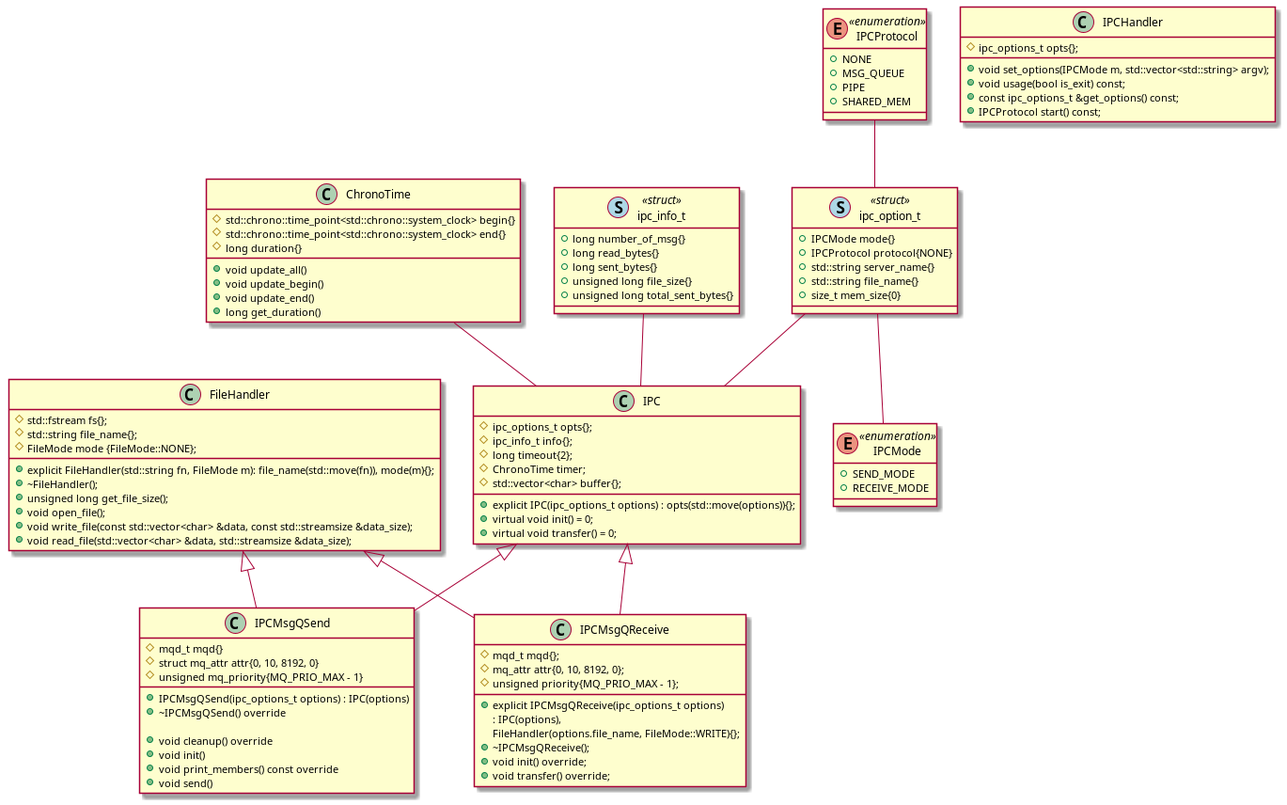
Above: uml/current_implementation.png in baovu-unikie/file_transfer_cpp (PlantUML), before the change.
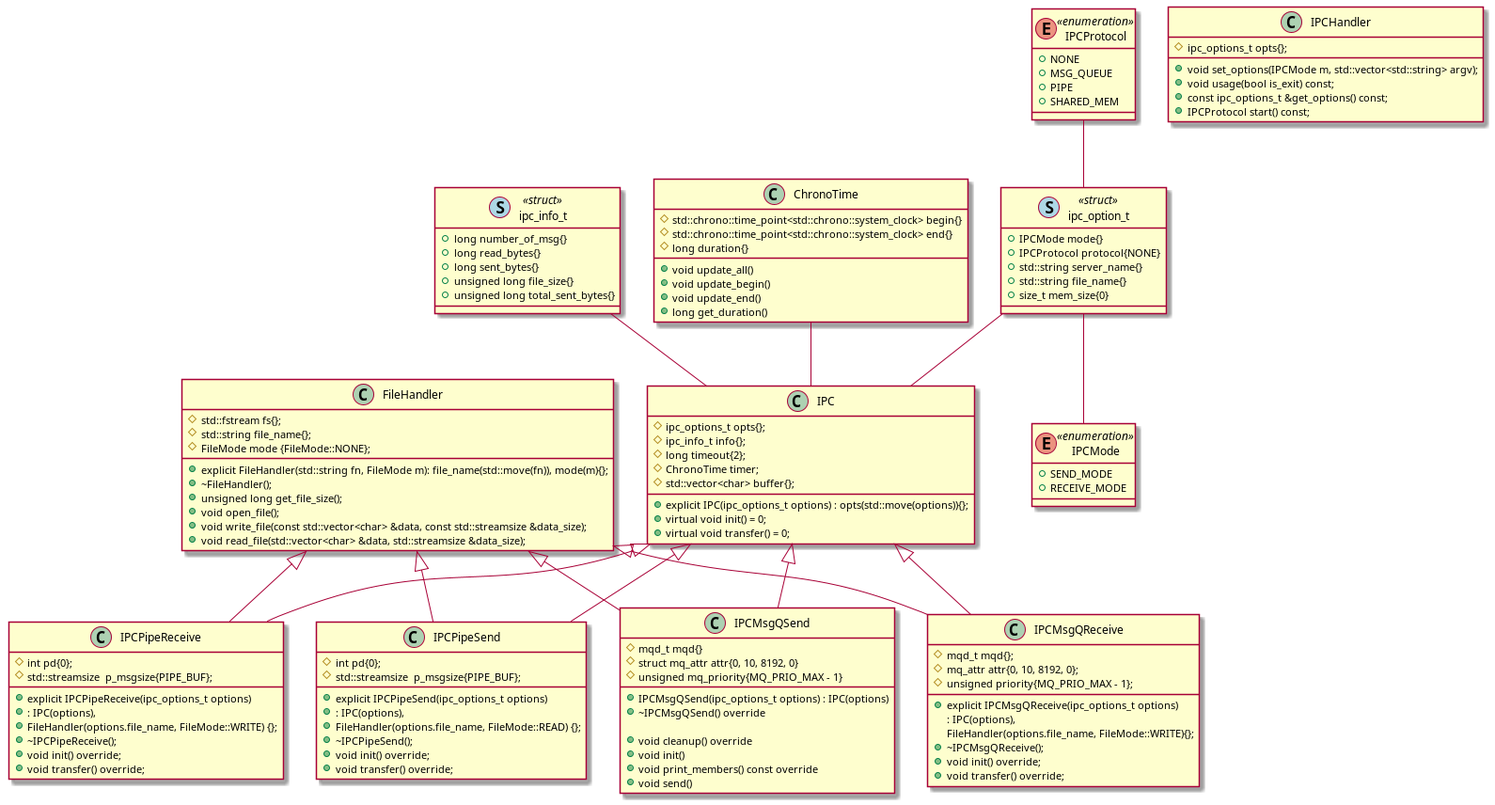
The same file after the commit.

The edit, as a diff of the source:
```diff
@@ -56,6 +56,7 @@
 	# mqd_t mqd{};
 	# mq_attr attr{0, 10, 8192, 0};
 	# unsigned priority{MQ_PRIO_MAX - 1};
+
 	+ explicit IPCMsgQReceive(ipc_options_t options)
 	 	: IPC(options),
 	 	  FileHandler(options.file_name, FileMode::WRITE){};
@@ -64,6 +65,45 @@
 	+ void transfer() override;
 }
 
+class IPCPipeReceive
+{
+	# int pd{0};
+	# std::streamsize  p_msgsize{PIPE_BUF};
+
+	+ explicit IPCPipeReceive(ipc_options_t options)
+	+ : IPC(options),
+	+ FileHandler(options.file_name, FileMode::WRITE) {};
+	+ ~IPCPipeReceive();
+	+ void init() override;
+	+ void transfer() override;
+
+}
+
+class IPCPipeSend
+{
+	# int pd{0};
+	# std::streamsize  p_msgsize{PIPE_BUF};
+
+	+ explicit IPCPipeSend(ipc_options_t options)
+	+ : IPC(options),
+	+ FileHandler(options.file_name, FileMode::READ) {};
+	+ ~IPCPipeSend();
+	+ void init() override;
+	+ void transfer() override;
+}
+
+
+class ChronoTime
+{
+	# std::chrono::time_point<std::chrono::system_clock> begin{}
+	# std::chrono::time_point<std::chrono::system_clock> end{}
+	# long duration{}
+
+	+ void update_all()
+	+ void update_begin()
+	+ void update_end()
+	+ long get_duration()
+}
 enum IPCProtocol<<enumeration>>
 {
 	+ NONE
@@ -96,23 +136,16 @@
 	+ unsigned long total_sent_bytes{}
 }
 
-class ChronoTime
-{
-	# std::chrono::time_point<std::chrono::system_clock> begin{}
-	# std::chrono::time_point<std::chrono::system_clock> end{}
-	# long duration{}
-
-	+ void update_all()
-	+ void update_begin()
-	+ void update_end()
-	+ long get_duration()
-}
 
 IPC <|-- IPCMsgQSend
 FileHandler <|-- IPCMsgQSend
-
 IPC <|-- IPCMsgQReceive
 FileHandler <|-- IPCMsgQReceive
+
+IPC <|-- IPCPipeSend
+FileHandler <|-- IPCPipeSend
+IPC <|-- IPCPipeReceive
+FileHandler <|-- IPCPipeReceive
 
 IPCProtocol -- ipc_option_t
 ipc_option_t -- IPC
```
